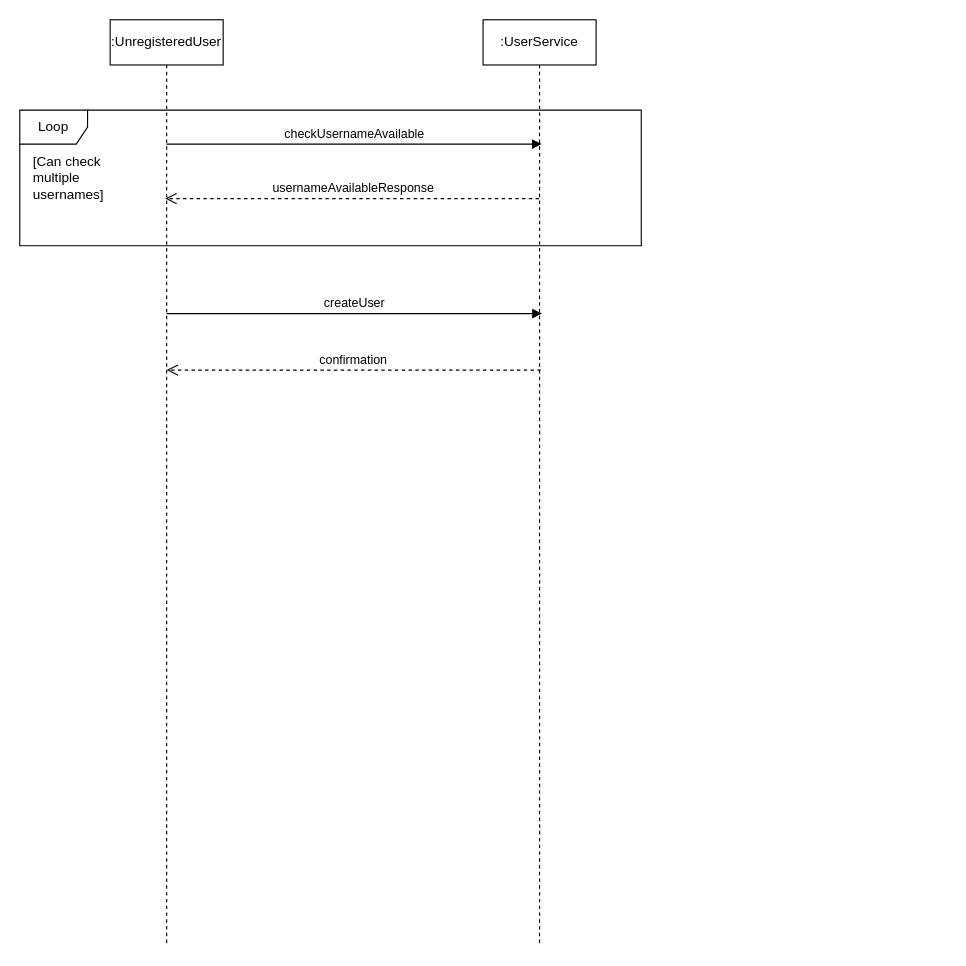
The draw.io diagram docs/diagrams/task_manager_app_uc8_ssd.drawio in trentonwhite91/TASK-MANAGER-APP-PARENT, before the edit. Source tidied: cells renumbered, new cells numbered last; positions are measured from the earlier drawing's top-left corner, leaving out a move shared by most shapes. Both pictures are drawn from the tidied source at 113%, with x=0, y=0 at pixel (19, 19).
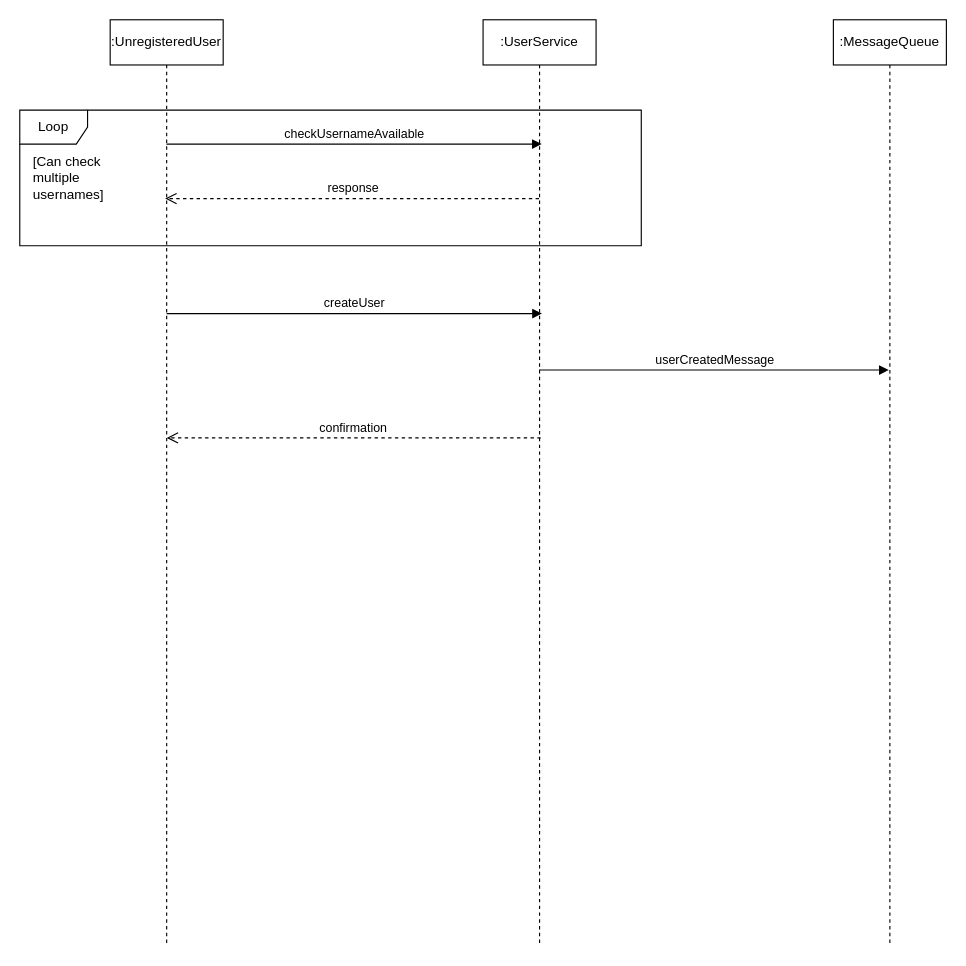
The same diagram, later.

What changed in the source:
```diff
@@
 <mxGraphModel>
   <root>
     <mxCell id="0" />
     <mxCell id="1" parent="0" />
     <mxCell id="2" value="Loop" style="shape=umlFrame;whiteSpace=wrap;html=1;" parent="1" vertex="1">
       <mxGeometry y="80" width="550" height="120" as="geometry" />
     </mxCell>
     <mxCell id="3" value=":UnregisteredUser" style="shape=umlLifeline;perimeter=lifelinePerimeter;whiteSpace=wrap;html=1;outlineConnect=0;portConstraint=eastwest;newEdgeStyle={&quot;curved&quot;:0,&quot;rounded&quot;:0};" parent="1" vertex="1">
       <mxGeometry x="80" width="100" height="820" as="geometry" />
     </mxCell>
     <mxCell id="4" value=":UserService" style="shape=umlLifeline;perimeter=lifelinePerimeter;whiteSpace=wrap;html=1;outlineConnect=0;portConstraint=eastwest;newEdgeStyle={&quot;curved&quot;:0,&quot;rounded&quot;:0};" parent="1" vertex="1">
       <mxGeometry x="410" width="100" height="820" as="geometry" />
     </mxCell>
     <mxCell id="5" value="checkUsernameAvailable" style="html=1;verticalAlign=bottom;endArrow=block;curved=0;rounded=0;entryX=0.519;entryY=0.35;entryDx=0;entryDy=0;entryPerimeter=0;" parent="1" edge="1">
       <mxGeometry relative="1" as="geometry">
         <mxPoint x="129.8" y="110" as="sourcePoint" />
         <mxPoint x="461.9" y="110" as="targetPoint" />
       </mxGeometry>
     </mxCell>
-    <mxCell id="6" value="usernameAvailableResponse" style="html=1;verticalAlign=bottom;endArrow=open;dashed=1;endSize=8;curved=0;rounded=0;entryX=0.487;entryY=0.193;entryDx=0;entryDy=0;entryPerimeter=0;" parent="1" edge="1" source="4" target="3">
+    <mxCell id="6" value="response" style="html=1;verticalAlign=bottom;endArrow=open;dashed=1;endSize=8;curved=0;rounded=0;entryX=0.487;entryY=0.193;entryDx=0;entryDy=0;entryPerimeter=0;" parent="1" edge="1" source="4" target="3">
       <mxGeometry relative="1" as="geometry" />
     </mxCell>
     <mxCell id="7" value="[Can check multiple usernames]" style="text;html=1;align=left;verticalAlign=middle;whiteSpace=wrap;rounded=0;" parent="1" vertex="1">
       <mxGeometry x="10" y="110" width="100" height="60" as="geometry" />
     </mxCell>
     <mxCell id="8" value="createUser" style="html=1;verticalAlign=bottom;endArrow=block;curved=0;rounded=0;entryX=0.519;entryY=0.35;entryDx=0;entryDy=0;entryPerimeter=0;" parent="1" edge="1">
       <mxGeometry relative="1" as="geometry">
         <mxPoint x="130" y="260" as="sourcePoint" />
         <mxPoint x="462.1" y="260" as="targetPoint" />
       </mxGeometry>
     </mxCell>
     <mxCell id="9" value="confirmation" style="html=1;verticalAlign=bottom;endArrow=open;dashed=1;endSize=8;curved=0;rounded=0;entryX=0.487;entryY=0.193;entryDx=0;entryDy=0;entryPerimeter=0;" parent="1" edge="1">
       <mxGeometry relative="1" as="geometry">
-        <mxPoint x="461" y="310" as="sourcePoint" />
-        <mxPoint x="130" y="310" as="targetPoint" />
+        <mxPoint x="461" y="370" as="sourcePoint" />
+        <mxPoint x="130" y="370" as="targetPoint" />
       </mxGeometry>
     </mxCell>
+    <mxCell id="10" value=":MessageQueue" style="shape=umlLifeline;perimeter=lifelinePerimeter;whiteSpace=wrap;html=1;outlineConnect=0;portConstraint=eastwest;newEdgeStyle={&quot;curved&quot;:0,&quot;rounded&quot;:0};" parent="1" vertex="1">
+      <mxGeometry x="720" width="100" height="820" as="geometry" />
+    </mxCell>
+    <mxCell id="11" value="userCreatedMessage" style="html=1;verticalAlign=bottom;endArrow=block;curved=0;rounded=0;entryX=0.49;entryY=0.378;entryDx=0;entryDy=0;entryPerimeter=0;" parent="1" edge="1" source="4" target="10">
+      <mxGeometry relative="1" as="geometry" />
+    </mxCell>
   </root>
 </mxGraphModel>
```
